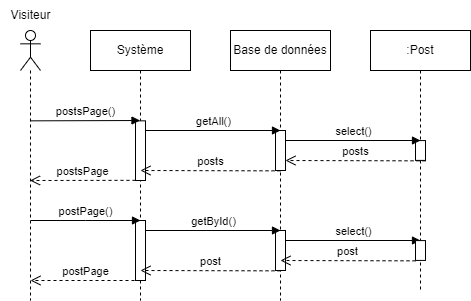
Above: diagrammes/séquences/1-Voir un post.png in Simoncharbonnier/OCP5 (draw.io), before the change. Source tidied: cells renumbered, new cells last; positions are measured from the earlier drawing's top-left corner, leaving out a move shared by most shapes.
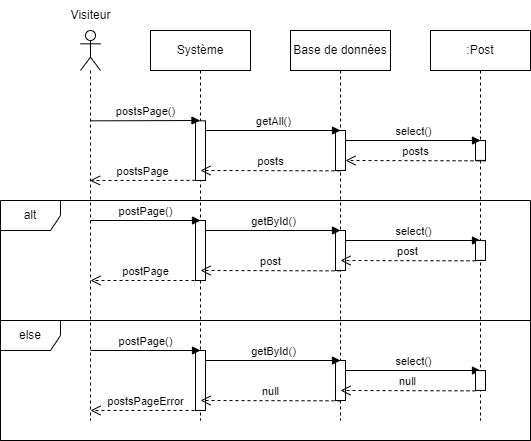
After the commit.

Diff of the diagram source:
```diff
@@ -3,13 +3,13 @@
     <mxCell id="0" />
     <mxCell id="1" parent="0" />
     <mxCell id="2" style="shape=umlLifeline;perimeter=lifelinePerimeter;whiteSpace=wrap;html=1;newEdgeStyle={&quot;edgeStyle&quot;:&quot;elbowEdgeStyle&quot;,&quot;elbow&quot;:&quot;vertical&quot;,&quot;curved&quot;:0,&quot;rounded&quot;:0};participant=umlActor;" parent="1" vertex="1">
-      <mxGeometry x="20" y="30" width="20" height="270" as="geometry" />
+      <mxGeometry x="20" y="30" width="20" height="390" as="geometry" />
     </mxCell>
     <mxCell id="3" value="Visiteur" style="text;html=1;align=center;verticalAlign=middle;strokeColor=none;fillColor=none;" parent="1" vertex="1">
       <mxGeometry width="60" height="30" as="geometry" />
     </mxCell>
     <mxCell id="4" value="Système" style="shape=umlLifeline;perimeter=lifelinePerimeter;whiteSpace=wrap;html=1;newEdgeStyle={&quot;edgeStyle&quot;:&quot;elbowEdgeStyle&quot;,&quot;elbow&quot;:&quot;vertical&quot;,&quot;curved&quot;:0,&quot;rounded&quot;:0};" parent="1" vertex="1">
-      <mxGeometry x="90" y="30" width="100" height="270" as="geometry" />
+      <mxGeometry x="90" y="30" width="100" height="390" as="geometry" />
     </mxCell>
     <mxCell id="5" style="html=1;points=[];perimeter=orthogonalPerimeter;outlineConnect=0;targetShapes=umlLifeline;portConstraint=eastwest;newEdgeStyle={&quot;edgeStyle&quot;:&quot;elbowEdgeStyle&quot;,&quot;elbow&quot;:&quot;vertical&quot;,&quot;curved&quot;:0,&quot;rounded&quot;:0};" parent="4" vertex="1">
       <mxGeometry x="45" y="90.3" width="10" height="59.7" as="geometry" />
@@ -18,7 +18,7 @@
       <mxGeometry x="45" y="190" width="10" height="60" as="geometry" />
     </mxCell>
     <mxCell id="7" value="Base de données" style="shape=umlLifeline;perimeter=lifelinePerimeter;whiteSpace=wrap;html=1;newEdgeStyle={&quot;edgeStyle&quot;:&quot;elbowEdgeStyle&quot;,&quot;elbow&quot;:&quot;vertical&quot;,&quot;curved&quot;:0,&quot;rounded&quot;:0};" parent="1" vertex="1">
-      <mxGeometry x="230" y="30" width="100" height="270" as="geometry" />
+      <mxGeometry x="230" y="30" width="100" height="390" as="geometry" />
     </mxCell>
     <mxCell id="8" style="html=1;points=[];perimeter=orthogonalPerimeter;outlineConnect=0;targetShapes=umlLifeline;portConstraint=eastwest;newEdgeStyle={&quot;edgeStyle&quot;:&quot;elbowEdgeStyle&quot;,&quot;elbow&quot;:&quot;vertical&quot;,&quot;curved&quot;:0,&quot;rounded&quot;:0};" parent="7" vertex="1">
       <mxGeometry x="45" y="100" width="10" height="40" as="geometry" />
@@ -68,7 +68,7 @@
       </mxGeometry>
     </mxCell>
     <mxCell id="17" value=":Post" style="shape=umlLifeline;perimeter=lifelinePerimeter;whiteSpace=wrap;html=1;newEdgeStyle={&quot;edgeStyle&quot;:&quot;elbowEdgeStyle&quot;,&quot;elbow&quot;:&quot;vertical&quot;,&quot;curved&quot;:0,&quot;rounded&quot;:0};" parent="1" vertex="1">
-      <mxGeometry x="370" y="30" width="100" height="260" as="geometry" />
+      <mxGeometry x="370" y="30" width="100" height="390" as="geometry" />
     </mxCell>
     <mxCell id="18" style="html=1;perimeter=orthogonalPerimeter;targetShapes=umlLifeline;newEdgeStyle={&quot;edgeStyle&quot;:&quot;elbowEdgeStyle&quot;,&quot;elbow&quot;:&quot;vertical&quot;,&quot;curved&quot;:0,&quot;rounded&quot;:0};" parent="17" vertex="1">
       <mxGeometry x="45" y="110.1" width="10" height="19.8" as="geometry" />
@@ -109,5 +109,58 @@
         <mxPoint x="425" y="160.3" as="sourcePoint" />
       </mxGeometry>
     </mxCell>
+    <mxCell id="25" value="alt" style="shape=umlFrame;whiteSpace=wrap;html=1;" parent="1" vertex="1">
+      <mxGeometry x="-60" y="200" width="530" height="240" as="geometry" />
+    </mxCell>
+    <mxCell id="26" value="else" style="shape=umlFrame;whiteSpace=wrap;html=1;" parent="1" vertex="1">
+      <mxGeometry x="-60" y="320" width="530" height="120" as="geometry" />
+    </mxCell>
+    <mxCell id="27" style="html=1;perimeter=orthogonalPerimeter;targetShapes=umlLifeline;newEdgeStyle={&quot;edgeStyle&quot;:&quot;elbowEdgeStyle&quot;,&quot;elbow&quot;:&quot;vertical&quot;,&quot;curved&quot;:0,&quot;rounded&quot;:0};" parent="1" vertex="1">
+      <mxGeometry x="135" y="350" width="10" height="60" as="geometry" />
+    </mxCell>
+    <mxCell id="28" style="html=1;points=[];perimeter=orthogonalPerimeter;outlineConnect=0;targetShapes=umlLifeline;portConstraint=eastwest;newEdgeStyle={&quot;edgeStyle&quot;:&quot;elbowEdgeStyle&quot;,&quot;elbow&quot;:&quot;vertical&quot;,&quot;curved&quot;:0,&quot;rounded&quot;:0};" parent="1" vertex="1">
+      <mxGeometry x="275" y="360" width="10" height="40" as="geometry" />
+    </mxCell>
+    <mxCell id="29" value="getById()" style="html=1;verticalAlign=bottom;endArrow=block;edgeStyle=elbowEdgeStyle;elbow=vertical;curved=0;rounded=0;" parent="1" edge="1">
+      <mxGeometry relative="1" as="geometry">
+        <mxPoint x="145" y="360" as="sourcePoint" />
+        <mxPoint x="280" y="360" as="targetPoint" />
+      </mxGeometry>
+    </mxCell>
+    <mxCell id="30" value="select()" style="html=1;verticalAlign=bottom;endArrow=block;edgeStyle=elbowEdgeStyle;elbow=vertical;curved=0;rounded=0;" parent="1" edge="1" source="28">
+      <mxGeometry relative="1" as="geometry">
+        <mxPoint x="420" y="370" as="targetPoint" />
+      </mxGeometry>
+    </mxCell>
+    <mxCell id="31" value="null" style="html=1;verticalAlign=bottom;endArrow=open;dashed=1;endSize=8;edgeStyle=elbowEdgeStyle;elbow=vertical;curved=0;rounded=0;" parent="1" edge="1">
+      <mxGeometry relative="1" as="geometry">
+        <mxPoint x="415" y="390.3" as="sourcePoint" />
+        <mxPoint x="280" y="390" as="targetPoint" />
+      </mxGeometry>
+    </mxCell>
+    <mxCell id="32" value="null" style="html=1;verticalAlign=bottom;endArrow=open;dashed=1;endSize=8;edgeStyle=elbowEdgeStyle;elbow=vertical;curved=0;rounded=0;" parent="1" edge="1">
+      <mxGeometry relative="1" as="geometry">
+        <mxPoint x="280" y="400.3" as="sourcePoint" />
+        <mxPoint x="140" y="400" as="targetPoint" />
+      </mxGeometry>
+    </mxCell>
+    <mxCell id="33" value="postPage()" style="html=1;verticalAlign=bottom;endArrow=block;edgeStyle=elbowEdgeStyle;elbow=vertical;curved=0;rounded=0;" parent="1" edge="1">
+      <mxGeometry relative="1" as="geometry">
+        <mxPoint x="30" y="350" as="sourcePoint" />
+        <mxPoint x="140" y="350" as="targetPoint" />
+      </mxGeometry>
+    </mxCell>
+    <mxCell id="34" style="html=1;perimeter=orthogonalPerimeter;targetShapes=umlLifeline;newEdgeStyle={&quot;edgeStyle&quot;:&quot;elbowEdgeStyle&quot;,&quot;elbow&quot;:&quot;vertical&quot;,&quot;curved&quot;:0,&quot;rounded&quot;:0};" parent="1" vertex="1">
+      <mxGeometry x="415" y="370.1" width="10" height="19.8" as="geometry" />
+    </mxCell>
+    <mxCell id="35" value="postsPageError" style="html=1;verticalAlign=bottom;endArrow=open;dashed=1;endSize=8;edgeStyle=elbowEdgeStyle;elbow=vertical;curved=0;rounded=0;" parent="1" edge="1">
+      <mxGeometry relative="1" as="geometry">
+        <mxPoint x="140" y="410" as="sourcePoint" />
+        <mxPoint x="30" y="410" as="targetPoint" />
+        <Array as="points">
+          <mxPoint x="110" y="410" />
+        </Array>
+      </mxGeometry>
+    </mxCell>
   </root>
 </mxGraphModel>
```
